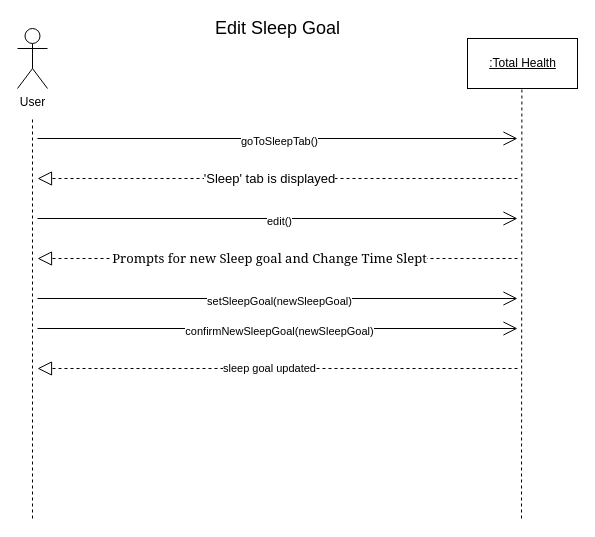
Esaied19/Team-Albatross keeps this draw.io diagram as SSD - Edit Sleep Goal.drawio. Above is the earlier version. Source tidied: cells renumbered, new cells numbered last; positions are measured from the earlier drawing's top-left corner, leaving out a move shared by most shapes. Both pictures are drawn from the tidied source at 100%, with x=0, y=0 at pixel (17, 18).
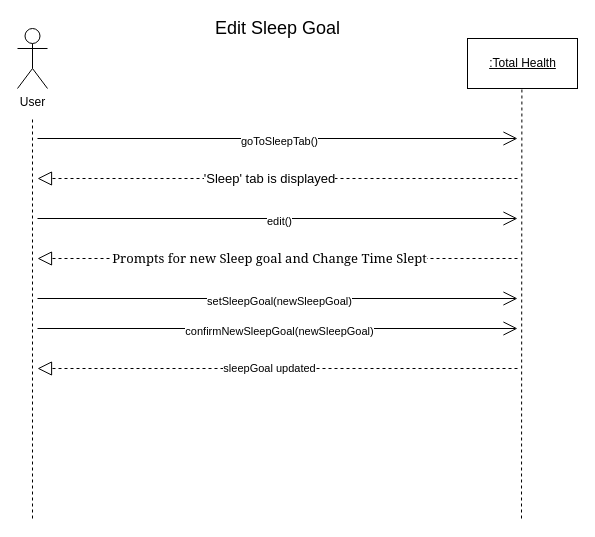
After the change.

Unchanged cells that the change refers to:
```xml
<mxCell id="16" style="endArrow=block;dashed=1;endFill=0;endSize=12;html=1;rounded=0;" parent="1" edge="1">
  <mxGeometry relative="1" as="geometry">
    <mxPoint x="500" y="350" as="sourcePoint" />
    <mxPoint x="20" y="350" as="targetPoint" />
  </mxGeometry>
</mxCell>
```

The edit, as a diff of the source:
```diff
@@
-    <mxCell id="17" value="sleep goal updated" style="edgeLabel;html=1;align=center;verticalAlign=middle;" parent="16" vertex="1">
+    <mxCell id="17" value="sleepGoal updated" style="edgeLabel;html=1;align=center;verticalAlign=middle;" parent="16" vertex="1">
       <mxGeometry x="-0.08" y="2" relative="1" as="geometry">
         <mxPoint x="-28" y="-3" as="offset" />
       </mxGeometry>
     </mxCell>
```
